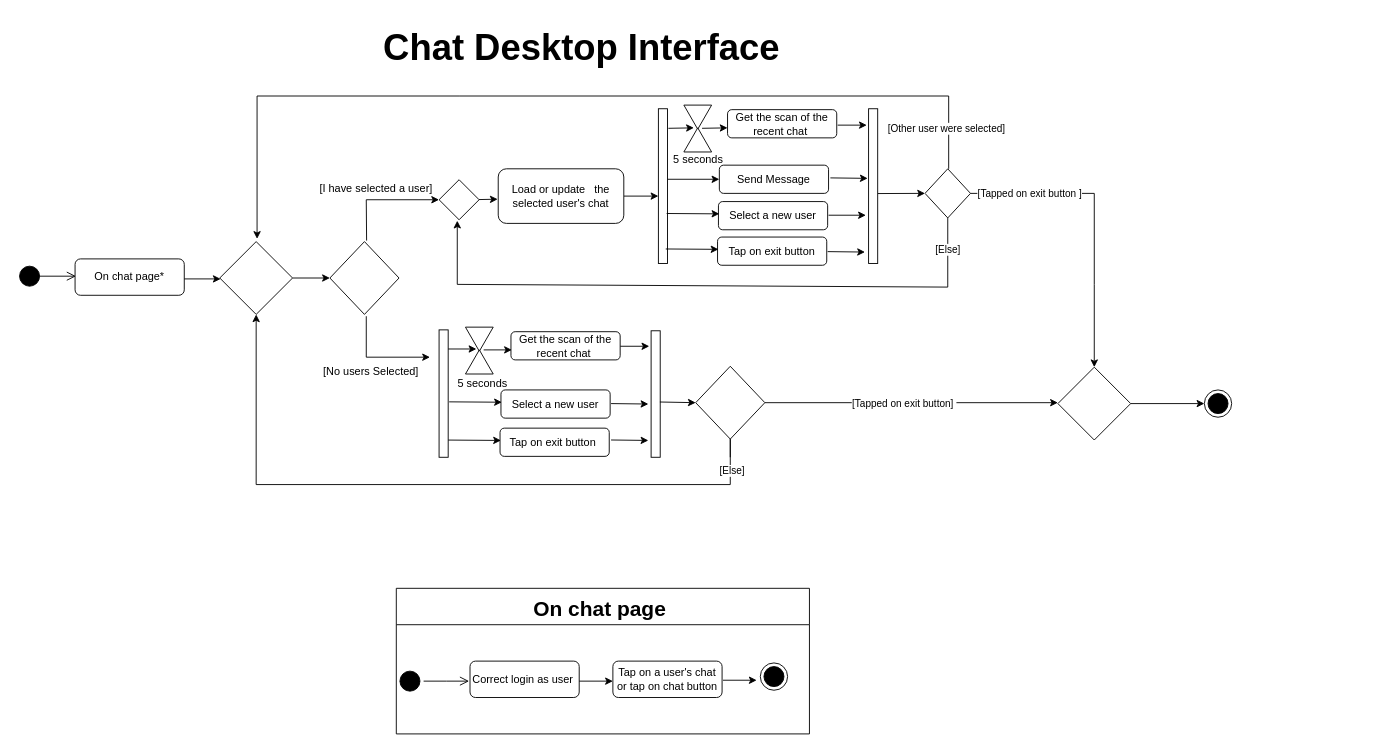
Before: page "Page-1" (1 of 2) of Deliverables/Diagrams/ActivityDiagramFra.drawio in projectISPW/sonarCloudTest, a draw.io diagram. Source tidied: cells renumbered, new cells numbered last; positions are measured from the earlier drawing's top-left corner, leaving out a move shared by most shapes. Both pictures are drawn from the tidied source at 91%, with x=0, y=0 at pixel (15, 15).
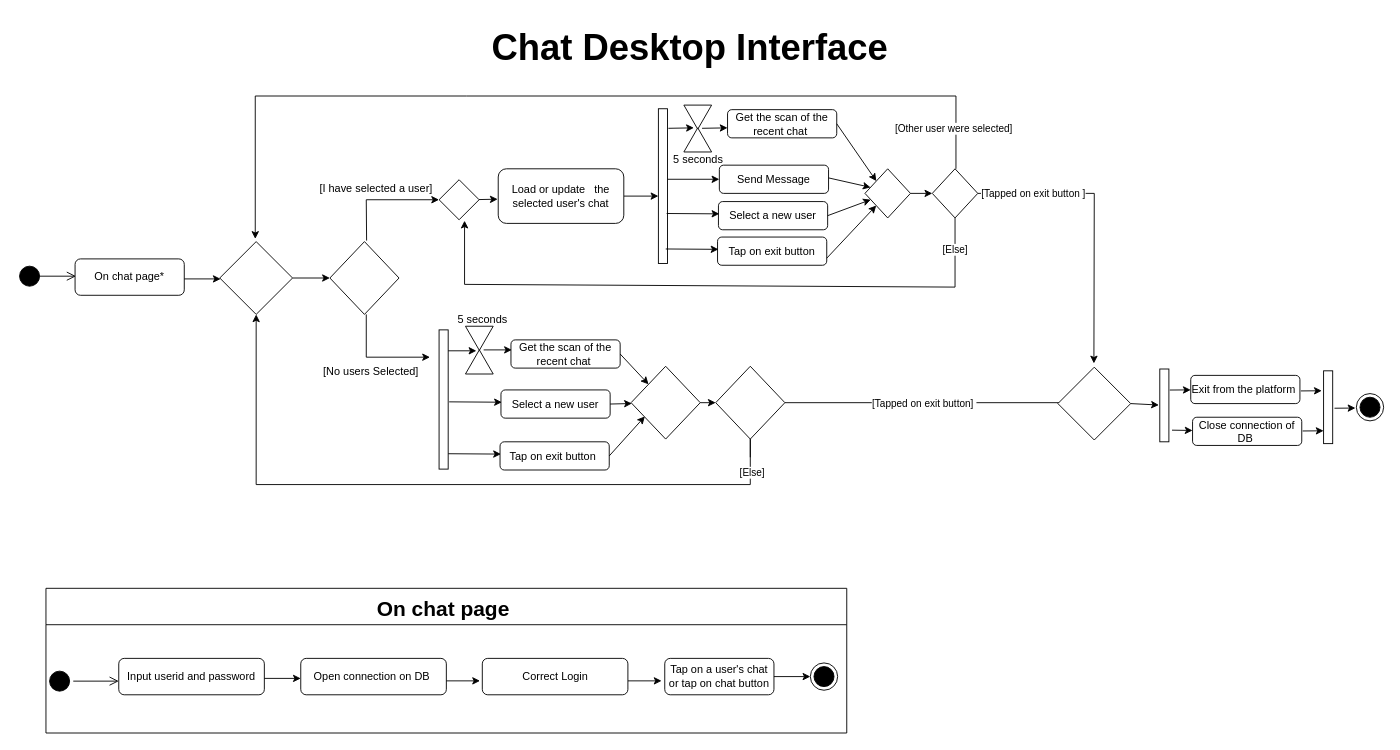
Above is the later version.

Unchanged cells that the change refers to:
```xml
<mxCell id="5" style="rhombus;whiteSpace=wrap;html=1;strokeColor=#000000;" parent="1" vertex="1">
  <mxGeometry x="224" y="248" width="80" height="80" as="geometry" />
</mxCell>
<mxCell id="15" value="Get the scan of the recent chat&amp;nbsp;" style="rounded=1;whiteSpace=wrap;html=1;strokeColor=#000000;" parent="1" vertex="1">
  <mxGeometry x="782" y="103" width="120" height="31" as="geometry" />
</mxCell>
<mxCell id="16" value="Select a new user" style="rounded=1;whiteSpace=wrap;html=1;strokeColor=#000000;" parent="1" vertex="1">
  <mxGeometry x="772" y="204" width="120" height="31" as="geometry" />
</mxCell>
<mxCell id="17" value="Tap on exit button" style="rounded=1;whiteSpace=wrap;html=1;strokeColor=#000000;" parent="1" vertex="1">
  <mxGeometry x="771" y="243" width="120" height="31" as="geometry" />
</mxCell>
<mxCell id="42" value="Select a new user" style="rounded=1;whiteSpace=wrap;html=1;strokeColor=#000000;" parent="1" vertex="1">
  <mxGeometry x="533" y="411" width="120" height="31" as="geometry" />
</mxCell>
<mxCell id="57" style="rhombus;whiteSpace=wrap;html=1;fontSize=18;strokeColor=#000000;" parent="1" vertex="1">
  <mxGeometry x="1145" y="386" width="80" height="80" as="geometry" />
</mxCell>
```

What changed in the source:
```diff
@@
     <mxCell id="4" value="Chat Desktop Interface " style="text;strokeColor=none;fillColor=none;align=left;verticalAlign=middle;spacingLeft=4;spacingRight=4;overflow=hidden;fontSize=40;fontStyle=1;" parent="1" vertex="1">
-      <mxGeometry x="398" width="667" height="60" as="geometry" />
+      <mxGeometry x="517" width="667" height="60" as="geometry" />
     </mxCell>
@@
     <mxCell id="21" style="rhombus;whiteSpace=wrap;html=1;strokeColor=#000000;" parent="1" vertex="1">
-      <mxGeometry x="999" y="168" width="50" height="54" as="geometry" />
+      <mxGeometry x="1007" y="168" width="50" height="54" as="geometry" />
     </mxCell>
-    <mxCell id="22" style="endArrow=classic;html=1;rounded=0;strokeColor=#000000;entryX=0.5;entryY=0;entryDx=0;entryDy=0;" parent="1" edge="1" source="21" target="57">
+    <mxCell id="22" style="endArrow=classic;html=1;rounded=0;strokeColor=#000000;entryX=0.495;entryY=-0.052;entryDx=0;entryDy=0;exitX=1;exitY=0.5;exitDx=0;exitDy=0;entryPerimeter=0;" parent="1" edge="1" source="21" target="57">
       <mxGeometry relative="1" as="geometry">
         <Array as="points">
           <mxPoint x="1185" y="195" />
-          <mxPoint x="1185" y="295" />
         </Array>
       </mxGeometry>
     </mxCell>
     <mxCell id="23" style="endArrow=classic;html=1;rounded=0;strokeColor=#000000;exitX=0.5;exitY=1;exitDx=0;exitDy=0;" parent="1" edge="1" source="21">
       <mxGeometry relative="1" as="geometry">
-        <mxPoint x="485" y="225" as="targetPoint" />
+        <mxPoint x="493" y="225" as="targetPoint" />
         <Array as="points">
-          <mxPoint x="1024" y="298" />
-          <mxPoint x="485" y="295" />
+          <mxPoint x="1032" y="298" />
+          <mxPoint x="493" y="295" />
         </Array>
       </mxGeometry>
     </mxCell>
@@
     <mxCell id="25" style="endArrow=classic;html=1;rounded=0;strokeColor=#000000;endFill=1;" parent="1" edge="1">
       <mxGeometry relative="1" as="geometry">
-        <mxPoint x="1025" y="168" as="sourcePoint" />
-        <mxPoint x="265" y="245" as="targetPoint" />
+        <mxPoint x="1033" y="168" as="sourcePoint" />
+        <mxPoint x="263" y="245" as="targetPoint" />
         <Array as="points">
-          <mxPoint x="1025" y="88" />
-          <mxPoint x="487" y="88" />
-          <mxPoint x="265" y="88" />
+          <mxPoint x="1033" y="88" />
+          <mxPoint x="495" y="88" />
+          <mxPoint x="263" y="88" />
         </Array>
       </mxGeometry>
     </mxCell>
@@
-    <mxCell id="31" style="endArrow=classic;html=1;rounded=0;strokeColor=#000000;entryX=0;entryY=0.5;entryDx=0;entryDy=0;" parent="1" edge="1">
-      <mxGeometry relative="1" as="geometry">
-        <mxPoint x="895" y="178" as="sourcePoint" />
-        <mxPoint x="936" y="178.5" as="targetPoint" />
-      </mxGeometry>
-    </mxCell>
-    <mxCell id="32" style="endArrow=classic;html=1;rounded=0;strokeColor=#000000;" parent="1" edge="1">
-      <mxGeometry relative="1" as="geometry">
-        <mxPoint x="893" y="219" as="sourcePoint" />
-        <mxPoint x="934" y="219" as="targetPoint" />
-      </mxGeometry>
-    </mxCell>
-    <mxCell id="33" style="endArrow=classic;html=1;rounded=0;strokeColor=#000000;entryX=0;entryY=0.5;entryDx=0;entryDy=0;" parent="1" edge="1">
-      <mxGeometry relative="1" as="geometry">
-        <mxPoint x="892" y="259" as="sourcePoint" />
-        <mxPoint x="933" y="259.5" as="targetPoint" />
-      </mxGeometry>
-    </mxCell>
-    <mxCell id="34" style="endArrow=classic;html=1;rounded=0;strokeColor=#000000;" parent="1" edge="1">
-      <mxGeometry relative="1" as="geometry">
-        <mxPoint x="903" y="120" as="sourcePoint" />
-        <mxPoint x="935" y="120" as="targetPoint" />
-      </mxGeometry>
-    </mxCell>
     <mxCell id="35" style="endArrow=classic;html=1;rounded=0;strokeColor=#000000;" parent="1" edge="1">
       <mxGeometry relative="1" as="geometry">
-        <mxPoint x="385" y="330" as="sourcePoint" />
+        <mxPoint x="385" y="328" as="sourcePoint" />
         <mxPoint x="455" y="375" as="targetPoint" />
         <Array as="points">
           <mxPoint x="385" y="375" />
         </Array>
       </mxGeometry>
     </mxCell>
@@
     <mxCell id="38" style="html=1;points=[];perimeter=orthogonalPerimeter;strokeColor=#000000;" parent="1" vertex="1">
-      <mxGeometry x="465" y="345" width="10" height="140" as="geometry" />
+      <mxGeometry x="465" y="345" width="10" height="153" as="geometry" />
     </mxCell>
     <mxCell id="39" style="triangle;whiteSpace=wrap;html=1;strokeColor=#000000;rotation=90;" parent="1" vertex="1">
-      <mxGeometry x="496" y="340" width="26.5" height="30.5" as="geometry" />
+      <mxGeometry x="496" y="339" width="26.5" height="30.5" as="geometry" />
     </mxCell>
@@
-    <mxCell id="41" style="html=1;points=[];perimeter=orthogonalPerimeter;strokeColor=#000000;" parent="1" vertex="1">
-      <mxGeometry x="698" y="346" width="10" height="139" as="geometry" />
-    </mxCell>
@@
     <mxCell id="43" value="Tap on exit button&amp;nbsp;" style="rounded=1;whiteSpace=wrap;html=1;strokeColor=#000000;" parent="1" vertex="1">
-      <mxGeometry x="532" y="453" width="120" height="31" as="geometry" />
+      <mxGeometry x="532" y="468" width="120" height="31" as="geometry" />
     </mxCell>
@@
     <mxCell id="45" style="endArrow=classic;html=1;rounded=0;strokeColor=#000000;entryX=0;entryY=0.5;entryDx=0;entryDy=0;exitX=0.911;exitY=0.389;exitDx=0;exitDy=0;exitPerimeter=0;" parent="1" edge="1">
       <mxGeometry relative="1" as="geometry">
-        <mxPoint x="475.1" y="466.1" as="sourcePoint" />
-        <mxPoint x="533" y="466.5" as="targetPoint" />
+        <mxPoint x="475.1" y="481.1" as="sourcePoint" />
+        <mxPoint x="533" y="481.5" as="targetPoint" />
       </mxGeometry>
     </mxCell>
-    <mxCell id="46" style="endArrow=classic;html=1;rounded=0;strokeColor=#000000;" parent="1" edge="1" source="38">
+    <mxCell id="46" style="endArrow=classic;html=1;rounded=0;strokeColor=#000000;" parent="1" edge="1">
       <mxGeometry relative="1" as="geometry">
-        <mxPoint x="506" y="366" as="targetPoint" />
+        <mxPoint x="475" y="368" as="sourcePoint" />
+        <mxPoint x="506" y="368" as="targetPoint" />
       </mxGeometry>
     </mxCell>
-    <mxCell id="47" style="endArrow=classic;html=1;rounded=0;strokeColor=#000000;entryX=0;entryY=0.5;entryDx=0;entryDy=0;" parent="1" edge="1">
-      <mxGeometry relative="1" as="geometry">
-        <mxPoint x="654" y="426" as="sourcePoint" />
-        <mxPoint x="695" y="426.5" as="targetPoint" />
-      </mxGeometry>
-    </mxCell>
-    <mxCell id="48" style="endArrow=classic;html=1;rounded=0;strokeColor=#000000;entryX=0;entryY=0.5;entryDx=0;entryDy=0;" parent="1" edge="1">
-      <mxGeometry relative="1" as="geometry">
-        <mxPoint x="654" y="466" as="sourcePoint" />
-        <mxPoint x="695" y="466.5" as="targetPoint" />
-      </mxGeometry>
-    </mxCell>
-    <mxCell id="49" style="endArrow=classic;html=1;rounded=0;strokeColor=#000000;" parent="1" edge="1">
-      <mxGeometry relative="1" as="geometry">
-        <mxPoint x="664" y="363" as="sourcePoint" />
-        <mxPoint x="696" y="363" as="targetPoint" />
-      </mxGeometry>
-    </mxCell>
     <mxCell id="50" style="endArrow=classic;html=1;rounded=0;fontSize=18;strokeColor=#000000;entryX=0.5;entryY=1;entryDx=0;entryDy=0;" parent="1" edge="1" target="5">
       <mxGeometry relative="1" as="geometry">
-        <mxPoint x="785" y="485" as="sourcePoint" />
+        <mxPoint x="807" y="485" as="sourcePoint" />
         <Array as="points">
-          <mxPoint x="785" y="465" />
-          <mxPoint x="785" y="515" />
+          <mxPoint x="807" y="465" />
+          <mxPoint x="807" y="515" />
           <mxPoint x="264" y="515" />
         </Array>
       </mxGeometry>
     </mxCell>
@@
     <mxCell id="53" style="rhombus;whiteSpace=wrap;html=1;strokeColor=#000000;" parent="1" vertex="1">
-      <mxGeometry x="747" y="385" width="76" height="80" as="geometry" />
+      <mxGeometry x="769" y="385" width="76" height="80" as="geometry" />
     </mxCell>
-    <mxCell id="54" style="endArrow=classic;html=1;rounded=0;fontSize=18;strokeColor=#000000;entryX=0;entryY=0.5;entryDx=0;entryDy=0;exitX=0.968;exitY=0.563;exitDx=0;exitDy=0;exitPerimeter=0;" parent="1" edge="1" source="41" target="53">
-      <mxGeometry relative="1" as="geometry" />
-    </mxCell>
     <mxCell id="55" style="endArrow=classic;html=1;rounded=0;strokeColor=#000000;" parent="1" edge="1">
       <mxGeometry relative="1" as="geometry">
-        <mxPoint x="823" y="425" as="sourcePoint" />
-        <mxPoint x="1145" y="425" as="targetPoint" />
+        <mxPoint x="845" y="425" as="sourcePoint" />
+        <mxPoint x="1167" y="425" as="targetPoint" />
         <Array as="points">
-          <mxPoint x="959" y="425" />
-          <mxPoint x="985" y="425" />
+          <mxPoint x="981" y="425" />
+          <mxPoint x="1007" y="425" />
         </Array>
       </mxGeometry>
     </mxCell>
@@
     <mxCell id="58" style="ellipse;html=1;shape=endState;fillColor=#000000;strokeColor=#000000;fontSize=18;" parent="1" vertex="1">
-      <mxGeometry x="1306" y="411" width="30" height="30" as="geometry" />
+      <mxGeometry x="1473" y="415" width="30" height="30" as="geometry" />
     </mxCell>
-    <mxCell id="59" style="endArrow=classic;html=1;rounded=0;fontSize=18;strokeColor=#000000;entryX=0;entryY=0.5;entryDx=0;entryDy=0;exitX=1;exitY=0.5;exitDx=0;exitDy=0;" parent="1" edge="1" source="57" target="58">
-      <mxGeometry relative="1" as="geometry" />
-    </mxCell>
@@
-    <mxCell id="61" style="endArrow=classic;html=1;rounded=0;fontSize=40;strokeColor=#000000;entryX=0;entryY=0.5;entryDx=0;entryDy=0;exitX=0.989;exitY=0.512;exitDx=0;exitDy=0;exitPerimeter=0;" parent="1" edge="1" target="21">
-      <mxGeometry relative="1" as="geometry">
-        <mxPoint x="946.9" y="195.2" as="sourcePoint" />
-      </mxGeometry>
-    </mxCell>
     <mxCell id="62" value="On chat page " style="swimlane;fontSize=23;strokeColor=#000000;startSize=40;" parent="1" vertex="1">
-      <mxGeometry x="418" y="629" width="454" height="160" as="geometry" />
+      <mxGeometry x="33" y="629" width="880" height="159" as="geometry" />
     </mxCell>
-    <mxCell id="63" value="Correct login as user&amp;nbsp;" style="rounded=1;whiteSpace=wrap;html=1;fontSize=12;strokeColor=#000000;" parent="62" vertex="1">
-      <mxGeometry x="81" y="80" width="120" height="40" as="geometry" />
-    </mxCell>
-    <mxCell id="64" style="ellipse;html=1;shape=endState;fillColor=#000000;strokeColor=#000000;fontSize=12;labelBorderColor=#000000;labelBackgroundColor=none;" parent="62" vertex="1">
-      <mxGeometry x="400" y="82" width="30" height="30" as="geometry" />
-    </mxCell>
@@
+    <mxCell id="77" value="Input userid and password" style="rounded=1;whiteSpace=wrap;html=1;" parent="62" vertex="1">
+      <mxGeometry x="80" y="77" width="160" height="40" as="geometry" />
+    </mxCell>
+    <mxCell id="78" style="endArrow=classic;html=1;rounded=0;" parent="62" edge="1">
+      <mxGeometry relative="1" as="geometry">
+        <mxPoint x="240" y="99" as="sourcePoint" />
+        <mxPoint x="280" y="99" as="targetPoint" />
+      </mxGeometry>
+    </mxCell>
+    <mxCell id="79" value="Open connection on DB&amp;nbsp;" style="rounded=1;whiteSpace=wrap;html=1;" parent="62" vertex="1">
+      <mxGeometry x="280" y="77" width="160" height="40" as="geometry" />
+    </mxCell>
-    <mxCell id="67" value="Tap on a user's chat or tap on chat button" style="rounded=1;whiteSpace=wrap;html=1;fontSize=12;strokeColor=#000000;" parent="1" vertex="1">
-      <mxGeometry x="656" y="709" width="120" height="40" as="geometry" />
+    <mxCell id="67" value="Tap on a user's chat or tap on chat button" style="rounded=1;whiteSpace=wrap;html=1;fontSize=12;strokeColor=#000000;" parent="62" vertex="1">
+      <mxGeometry x="680" y="77" width="120" height="40" as="geometry" />
     </mxCell>
-    <mxCell id="68" style="endArrow=classic;html=1;rounded=0;fontSize=12;strokeColor=#000000;exitX=1;exitY=0.5;exitDx=0;exitDy=0;entryX=0;entryY=0.5;entryDx=0;entryDy=0;" parent="1" edge="1">
+    <mxCell id="68" style="endArrow=classic;html=1;rounded=0;fontSize=12;strokeColor=#000000;exitX=1;exitY=0.5;exitDx=0;exitDy=0;entryX=0;entryY=0.5;entryDx=0;entryDy=0;" parent="62" edge="1">
       <mxGeometry relative="1" as="geometry">
-        <mxPoint x="619" y="731" as="sourcePoint" />
-        <mxPoint x="656" y="731" as="targetPoint" />
+        <mxPoint x="639.5" y="101.7" as="sourcePoint" />
+        <mxPoint x="676.5" y="101.7" as="targetPoint" />
       </mxGeometry>
     </mxCell>
-    <mxCell id="69" style="endArrow=classic;html=1;rounded=0;fontSize=12;strokeColor=#000000;exitX=1;exitY=0.5;exitDx=0;exitDy=0;entryX=0;entryY=0.5;entryDx=0;entryDy=0;" parent="1" edge="1">
+    <mxCell id="69" style="endArrow=classic;html=1;rounded=0;fontSize=12;strokeColor=#000000;exitX=1;exitY=0.5;exitDx=0;exitDy=0;entryX=0;entryY=0.5;entryDx=0;entryDy=0;" parent="62" edge="1">
       <mxGeometry relative="1" as="geometry">
-        <mxPoint x="777" y="730" as="sourcePoint" />
-        <mxPoint x="814" y="730" as="targetPoint" />
+        <mxPoint x="440" y="101.7" as="sourcePoint" />
+        <mxPoint x="477" y="101.7" as="targetPoint" />
       </mxGeometry>
     </mxCell>
+    <mxCell id="80" value="Correct Login" style="rounded=1;whiteSpace=wrap;html=1;" parent="62" vertex="1">
+      <mxGeometry x="479.5" y="77" width="160" height="40" as="geometry" />
+    </mxCell>
+    <mxCell id="81" style="endArrow=classic;html=1;rounded=0;exitX=1;exitY=0.5;exitDx=0;exitDy=0;" parent="62" edge="1" source="67">
+      <mxGeometry relative="1" as="geometry">
+        <mxPoint x="840" y="97" as="targetPoint" />
+      </mxGeometry>
+    </mxCell>
+    <mxCell id="82" style="ellipse;html=1;shape=endState;fillColor=#000000;strokeColor=#000000;fontSize=18;" parent="62" vertex="1">
+      <mxGeometry x="840" y="82" width="30" height="30" as="geometry" />
+    </mxCell>
     <mxCell id="70" value="Get the scan of the recent chat&amp;nbsp;" style="rounded=1;whiteSpace=wrap;html=1;strokeColor=#000000;" parent="1" vertex="1">
-      <mxGeometry x="544" y="347" width="120" height="31" as="geometry" />
+      <mxGeometry x="544" y="356" width="120" height="31" as="geometry" />
     </mxCell>
@@
     <mxCell id="74" value="5 seconds" style="text;html=1;strokeColor=none;fillColor=none;align=center;verticalAlign=middle;whiteSpace=wrap;rounded=0;" parent="1" vertex="1">
-      <mxGeometry x="483" y="389" width="60" height="30" as="geometry" />
+      <mxGeometry x="483" y="319" width="60" height="30" as="geometry" />
     </mxCell>
     <mxCell id="75" value="[Tapped on exit button ]" style="edgeLabel;html=1;align=center;verticalAlign=middle;" parent="1" vertex="1">
-      <mxGeometry x="1113" y="195" as="geometry" />
+      <mxGeometry x="1117" y="195" as="geometry" />
     </mxCell>
-    <mxCell id="76" style="html=1;perimeter=orthogonalPerimeter;strokeColor=#000000;" parent="1" vertex="1">
-      <mxGeometry x="937" y="102" width="10" height="170" as="geometry" />
-    </mxCell>
+    <mxCell id="83" style="html=1;points=[];perimeter=orthogonalPerimeter;strokeColor=#000000;" parent="1" vertex="1">
+      <mxGeometry x="1257" y="388" width="10" height="80" as="geometry" />
+    </mxCell>
+    <mxCell id="84" value="Exit from the platform&amp;nbsp;" style="rounded=1;whiteSpace=wrap;html=1;strokeColor=#000000;" parent="1" vertex="1">
+      <mxGeometry x="1291" y="395" width="120" height="31" as="geometry" />
+    </mxCell>
+    <mxCell id="85" value="Close connection of DB&amp;nbsp;" style="rounded=1;whiteSpace=wrap;html=1;strokeColor=#000000;" parent="1" vertex="1">
+      <mxGeometry x="1293" y="441" width="120" height="31" as="geometry" />
+    </mxCell>
+    <mxCell id="86" style="endArrow=classic;html=1;rounded=0;exitX=1.097;exitY=0.289;exitDx=0;exitDy=0;exitPerimeter=0;" parent="1" edge="1" source="83" target="84">
+      <mxGeometry relative="1" as="geometry" />
+    </mxCell>
+    <mxCell id="87" style="endArrow=classic;html=1;rounded=0;exitX=1.342;exitY=0.84;exitDx=0;exitDy=0;exitPerimeter=0;" parent="1" edge="1" source="83" target="85">
+      <mxGeometry relative="1" as="geometry" />
+    </mxCell>
+    <mxCell id="88" style="endArrow=classic;html=1;rounded=0;exitX=1.097;exitY=0.289;exitDx=0;exitDy=0;exitPerimeter=0;" parent="1" edge="1">
+      <mxGeometry relative="1" as="geometry">
+        <mxPoint x="1412" y="412.1" as="sourcePoint" />
+        <mxPoint x="1435" y="411.9" as="targetPoint" />
+      </mxGeometry>
+    </mxCell>
+    <mxCell id="89" style="endArrow=classic;html=1;rounded=0;exitX=1.097;exitY=0.289;exitDx=0;exitDy=0;exitPerimeter=0;" parent="1" edge="1">
+      <mxGeometry relative="1" as="geometry">
+        <mxPoint x="1414" y="456.1" as="sourcePoint" />
+        <mxPoint x="1437" y="455.9" as="targetPoint" />
+      </mxGeometry>
+    </mxCell>
+    <mxCell id="90" style="html=1;perimeter=orthogonalPerimeter;strokeColor=#000000;" parent="1" vertex="1">
+      <mxGeometry x="1437" y="390" width="10" height="80" as="geometry" />
+    </mxCell>
+    <mxCell id="91" style="endArrow=classic;html=1;rounded=0;exitX=1.097;exitY=0.289;exitDx=0;exitDy=0;exitPerimeter=0;" parent="1" edge="1">
+      <mxGeometry relative="1" as="geometry">
+        <mxPoint x="1449" y="431.1" as="sourcePoint" />
+        <mxPoint x="1472" y="430.9" as="targetPoint" />
+      </mxGeometry>
+    </mxCell>
+    <mxCell id="92" style="endArrow=classic;html=1;rounded=0;exitX=1;exitY=0.5;exitDx=0;exitDy=0;" parent="1" edge="1" source="57">
+      <mxGeometry relative="1" as="geometry">
+        <mxPoint x="1256" y="427.6" as="targetPoint" />
+      </mxGeometry>
+    </mxCell>
+    <mxCell id="93" style="rhombus;whiteSpace=wrap;html=1;strokeColor=#000000;" parent="1" vertex="1">
+      <mxGeometry x="933" y="168" width="50" height="54" as="geometry" />
+    </mxCell>
+    <mxCell id="94" style="endArrow=classic;html=1;rounded=0;entryX=0;entryY=0;entryDx=0;entryDy=0;exitX=1;exitY=0.5;exitDx=0;exitDy=0;" parent="1" edge="1" source="15" target="93">
+      <mxGeometry relative="1" as="geometry" />
+    </mxCell>
+    <mxCell id="95" style="endArrow=classic;html=1;rounded=0;entryX=0.124;entryY=0.378;entryDx=0;entryDy=0;entryPerimeter=0;" parent="1" edge="1" target="93">
+      <mxGeometry relative="1" as="geometry">
+        <mxPoint x="893" y="178" as="sourcePoint" />
+      </mxGeometry>
+    </mxCell>
+    <mxCell id="96" style="endArrow=classic;html=1;rounded=0;exitX=1;exitY=0.5;exitDx=0;exitDy=0;" parent="1" edge="1" source="16" target="93">
+      <mxGeometry relative="1" as="geometry" />
+    </mxCell>
+    <mxCell id="97" style="endArrow=classic;html=1;rounded=0;exitX=1;exitY=0.75;exitDx=0;exitDy=0;" parent="1" edge="1" source="17" target="93">
+      <mxGeometry relative="1" as="geometry" />
+    </mxCell>
+    <mxCell id="98" style="endArrow=classic;html=1;rounded=0;" parent="1" edge="1" target="21">
+      <mxGeometry relative="1" as="geometry">
+        <mxPoint x="983" y="195" as="sourcePoint" />
+      </mxGeometry>
+    </mxCell>
+    <mxCell id="99" style="rhombus;whiteSpace=wrap;html=1;strokeColor=#000000;" parent="1" vertex="1">
+      <mxGeometry x="676" y="385" width="76" height="80" as="geometry" />
+    </mxCell>
+    <mxCell id="100" style="endArrow=classic;html=1;rounded=0;exitX=1;exitY=0.5;exitDx=0;exitDy=0;entryX=0;entryY=0.5;entryDx=0;entryDy=0;" parent="1" edge="1" source="99" target="53">
+      <mxGeometry relative="1" as="geometry" />
+    </mxCell>
+    <mxCell id="101" style="endArrow=classic;html=1;rounded=0;exitX=1;exitY=0.5;exitDx=0;exitDy=0;" parent="1" edge="1" source="70" target="99">
+      <mxGeometry relative="1" as="geometry" />
+    </mxCell>
+    <mxCell id="102" style="endArrow=classic;html=1;rounded=0;exitX=1;exitY=0.5;exitDx=0;exitDy=0;" parent="1" edge="1" source="42" target="99">
+      <mxGeometry relative="1" as="geometry" />
+    </mxCell>
+    <mxCell id="103" style="endArrow=classic;html=1;rounded=0;entryX=0.199;entryY=0.689;entryDx=0;entryDy=0;entryPerimeter=0;exitX=1;exitY=0.5;exitDx=0;exitDy=0;" parent="1" edge="1" source="43" target="99">
+      <mxGeometry relative="1" as="geometry" />
+    </mxCell>
```
